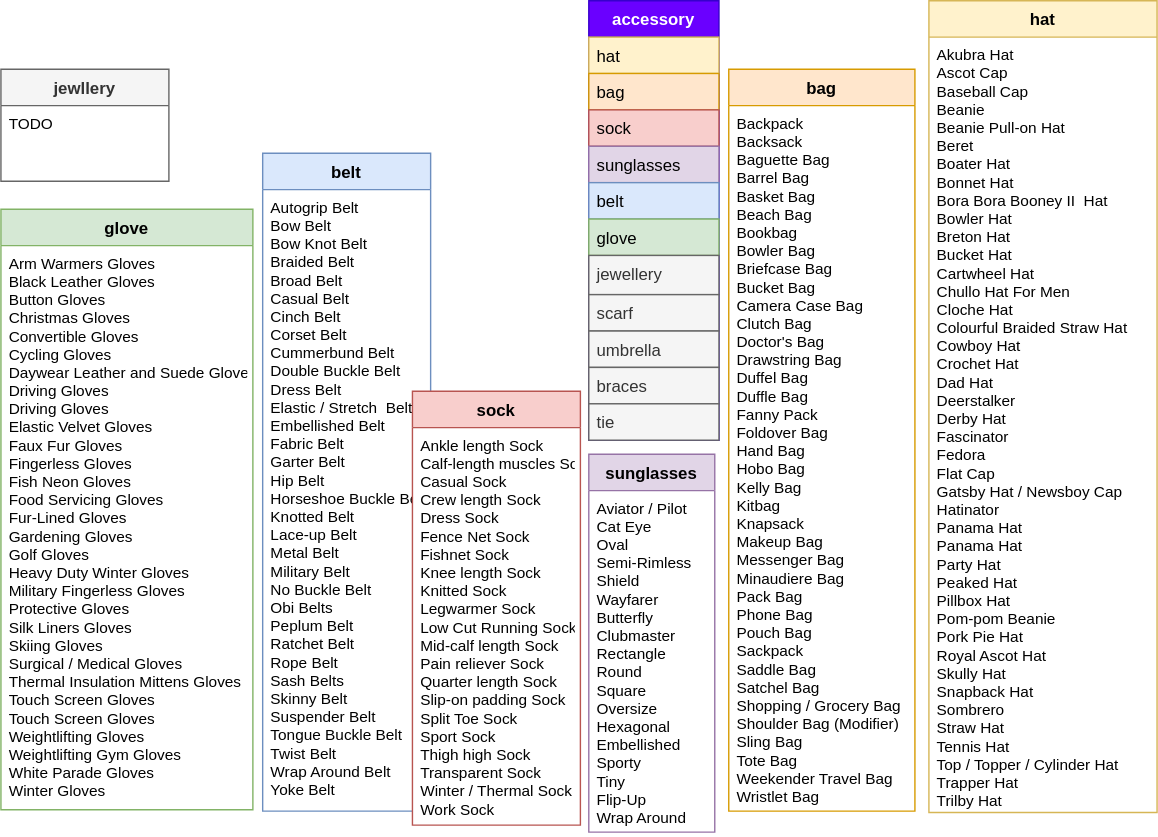
This is figures/accessory_class.svg from morawi/ddoif, a draw.io export, as it was before one commit. Source tidied: cells renumbered, new cells last; positions are measured from the earlier drawing's top-left corner, leaving out a move shared by most shapes. Its diagram source:
```xml
<mxGraphModel>
  <root>
    <mxCell id="0" />
    <mxCell id="1" parent="0" />
    <mxCell id="2" value="bag" style="swimlane;fontStyle=1;align=center;verticalAlign=top;horizontal=1;startSize=26;rounded=0;shadow=0;strokeWidth=1;swimlaneFillColor=#ffffff;fillColor=#ffe6cc;strokeColor=#d79b00;" parent="1" vertex="1">
      <mxGeometry x="520" y="49" width="133" height="530" as="geometry" />
    </mxCell>
    <mxCell id="3" value="Backpack&#10;Backsack&#10;Baguette Bag&#10;Barrel Bag&#10;Basket Bag&#10;Beach Bag&#10;Bookbag&#10;Bowler Bag&#10;Briefcase Bag&#10;Bucket Bag&#10;Camera Case Bag&#10;Clutch Bag&#10;Doctor's Bag&#10;Drawstring Bag&#10;Duffel Bag&#10;Duffle Bag&#10;Fanny Pack&#10;Foldover Bag&#10;Hand Bag&#10;Hobo Bag&#10;Kelly Bag&#10;Kitbag&#10;Knapsack&#10;Makeup Bag&#10;Messenger Bag&#10;Minaudiere Bag&#10;Pack Bag&#10;Phone Bag&#10;Pouch Bag&#10;Sackpack&#10;Saddle Bag&#10;Satchel Bag&#10;Shopping / Grocery Bag&#10;Shoulder Bag (Modifier)&#10;Sling Bag&#10;Tote Bag&#10;Weekender Travel Bag&#10;Wristlet Bag" style="text;align=left;verticalAlign=top;spacingLeft=4;spacingRight=4;overflow=hidden;fontSize=11;" parent="2" vertex="1">
      <mxGeometry y="26" width="133" height="504" as="geometry" />
    </mxCell>
    <mxCell id="4" value="glove" style="swimlane;fontStyle=1;align=center;verticalAlign=top;horizontal=1;startSize=26;rounded=0;shadow=0;strokeWidth=1;swimlaneFillColor=#ffffff;fillColor=#d5e8d4;strokeColor=#82b366;" parent="1" vertex="1">
      <mxGeometry y="149" width="180" height="429" as="geometry" />
    </mxCell>
    <mxCell id="5" value="Arm Warmers Gloves&#10;Black Leather Gloves&#10;Button Gloves&#10;Christmas Gloves&#10;Convertible Gloves&#10;Cycling Gloves&#10;Daywear Leather and Suede Gloves&#10;Driving Gloves&#10;Driving Gloves&#10;Elastic Velvet Gloves&#10;Faux Fur Gloves&#10;Fingerless Gloves&#10;Fish Neon Gloves&#10;Food Servicing Gloves&#10;Fur-Lined Gloves&#10;Gardening Gloves&#10;Golf Gloves&#10;Heavy Duty Winter Gloves&#10;Military Fingerless Gloves&#10;Protective Gloves&#10;Silk Liners Gloves&#10;Skiing Gloves&#10;Surgical / Medical Gloves&#10;Thermal Insulation Mittens Gloves&#10;Touch Screen Gloves&#10;Touch Screen Gloves&#10;Weightlifting Gloves&#10;Weightlifting Gym Gloves&#10;White Parade Gloves&#10;Winter Gloves" style="text;align=left;verticalAlign=top;spacingLeft=4;spacingRight=4;overflow=hidden;fontSize=11;" parent="4" vertex="1">
      <mxGeometry y="26" width="180" height="394" as="geometry" />
    </mxCell>
    <mxCell id="6" value="belt" style="swimlane;fontStyle=1;align=center;verticalAlign=top;horizontal=1;startSize=26;rounded=0;shadow=0;strokeWidth=1;swimlaneFillColor=#ffffff;fillColor=#dae8fc;strokeColor=#6c8ebf;" parent="1" vertex="1">
      <mxGeometry x="187" y="109" width="120" height="470" as="geometry" />
    </mxCell>
    <mxCell id="7" value="Autogrip Belt&#10;Bow Belt&#10;Bow Knot Belt&#10;Braided Belt&#10;Broad Belt&#10;Casual Belt&#10;Cinch Belt&#10;Corset Belt&#10;Cummerbund Belt&#10;Double Buckle Belt&#10;Dress Belt&#10;Elastic / Stretch  Belt&#10;Embellished Belt&#10;Fabric Belt&#10;Garter Belt&#10;Hip Belt&#10;Horseshoe Buckle Belt&#10;Knotted Belt&#10;Lace-up Belt&#10;Metal Belt&#10;Military Belt&#10;No Buckle Belt&#10;Obi Belts&#10;Peplum Belt&#10;Ratchet Belt&#10;Rope Belt&#10;Sash Belts&#10;Skinny Belt&#10;Suspender Belt&#10;Tongue Buckle Belt&#10;Twist Belt&#10;Wrap Around Belt&#10;Yoke Belt" style="text;align=left;verticalAlign=top;spacingLeft=4;spacingRight=4;overflow=hidden;fontSize=11;" parent="6" vertex="1">
      <mxGeometry y="26" width="120" height="444" as="geometry" />
    </mxCell>
    <mxCell id="8" value="jewllery" style="swimlane;fontStyle=1;align=center;verticalAlign=top;horizontal=1;startSize=26;rounded=0;shadow=0;strokeWidth=1;swimlaneFillColor=#ffffff;fillColor=#f5f5f5;strokeColor=#666666;fontColor=#333333;" parent="1" vertex="1">
      <mxGeometry y="49" width="120" height="80" as="geometry" />
    </mxCell>
    <mxCell id="9" value="TODO" style="text;align=left;verticalAlign=top;spacingLeft=4;spacingRight=4;overflow=hidden;fontSize=11;" parent="8" vertex="1">
      <mxGeometry y="26" width="120" height="54" as="geometry" />
    </mxCell>
    <mxCell id="10" value="hat" style="swimlane;fontStyle=1;align=center;verticalAlign=top;horizontal=1;startSize=26;rounded=0;shadow=0;strokeWidth=1;swimlaneFillColor=#ffffff;fillColor=#fff2cc;strokeColor=#d6b656;" parent="1" vertex="1">
      <mxGeometry x="663" width="163" height="580" as="geometry" />
    </mxCell>
    <mxCell id="11" value="Akubra Hat&#10;Ascot Cap&#10;Baseball Cap&#10;Beanie&#10;Beanie Pull-on Hat&#10;Beret&#10;Boater Hat&#10;Bonnet Hat&#10;Bora Bora Booney II  Hat&#10;Bowler Hat&#10;Breton Hat&#10;Bucket Hat&#10;Cartwheel Hat&#10;Chullo Hat For Men&#10;Cloche Hat&#10;Colourful Braided Straw Hat&#10;Cowboy Hat&#10;Crochet Hat&#10;Dad Hat&#10;Deerstalker&#10;Derby Hat&#10;Fascinator&#10;Fedora&#10;Flat Cap&#10;Gatsby Hat / Newsboy Cap&#10;Hatinator&#10;Panama Hat&#10;Panama Hat&#10;Party Hat&#10;Peaked Hat&#10;Pillbox Hat&#10;Pom-pom Beanie&#10;Pork Pie Hat&#10;Royal Ascot Hat&#10;Skully Hat&#10;Snapback Hat&#10;Sombrero&#10;Straw Hat&#10;Tennis Hat&#10;Top / Topper / Cylinder Hat&#10;Trapper Hat&#10;Trilby Hat" style="text;align=left;verticalAlign=top;spacingLeft=4;spacingRight=4;overflow=hidden;fontSize=11;" parent="10" vertex="1">
      <mxGeometry y="26" width="163" height="554" as="geometry" />
    </mxCell>
    <mxCell id="12" value="accessory" style="swimlane;fontStyle=1;align=center;verticalAlign=top;horizontal=1;startSize=26;rounded=0;shadow=0;strokeWidth=1;fillColor=#6a00ff;strokeColor=#3700CC;fontColor=#ffffff;" parent="1" vertex="1">
      <mxGeometry x="420" width="93" height="314" as="geometry" />
    </mxCell>
    <mxCell id="13" value="hat" style="text;align=left;verticalAlign=top;spacingLeft=4;spacingRight=4;overflow=hidden;rounded=0;shadow=0;html=0;fillColor=#fff2cc;strokeColor=#d6b656;" parent="12" vertex="1">
      <mxGeometry y="26" width="93" height="26" as="geometry" />
    </mxCell>
    <mxCell id="14" value="bag" style="text;align=left;verticalAlign=top;spacingLeft=4;spacingRight=4;overflow=hidden;fillColor=#ffe6cc;strokeColor=#d79b00;" parent="12" vertex="1">
      <mxGeometry y="52" width="93" height="26" as="geometry" />
    </mxCell>
    <mxCell id="15" value="sock" style="text;align=left;verticalAlign=top;spacingLeft=4;spacingRight=4;overflow=hidden;fillColor=#f8cecc;strokeColor=#b85450;" parent="12" vertex="1">
      <mxGeometry y="78" width="93" height="26" as="geometry" />
    </mxCell>
    <mxCell id="16" value="sunglasses" style="text;align=left;verticalAlign=top;spacingLeft=4;spacingRight=4;overflow=hidden;fillColor=#e1d5e7;strokeColor=#9673a6;" parent="12" vertex="1">
      <mxGeometry y="104" width="93" height="26" as="geometry" />
    </mxCell>
    <mxCell id="17" value="belt" style="text;align=left;verticalAlign=top;spacingLeft=4;spacingRight=4;overflow=hidden;fillColor=#dae8fc;strokeColor=#6c8ebf;" parent="12" vertex="1">
      <mxGeometry y="130" width="93" height="26" as="geometry" />
    </mxCell>
    <mxCell id="18" value="glove" style="text;align=left;verticalAlign=top;spacingLeft=4;spacingRight=4;overflow=hidden;fillColor=#d5e8d4;strokeColor=#82b366;" parent="12" vertex="1">
      <mxGeometry y="156" width="93" height="26" as="geometry" />
    </mxCell>
    <mxCell id="19" value="jewellery" style="text;align=left;verticalAlign=top;spacingLeft=4;spacingRight=4;overflow=hidden;fillColor=#f5f5f5;strokeColor=#666666;fontColor=#333333;" parent="12" vertex="1">
      <mxGeometry y="182" width="93" height="28" as="geometry" />
    </mxCell>
    <mxCell id="20" value="scarf" style="text;align=left;verticalAlign=top;spacingLeft=4;spacingRight=4;overflow=hidden;fillColor=#f5f5f5;strokeColor=#666666;fontColor=#333333;" parent="12" vertex="1">
      <mxGeometry y="210" width="93" height="26" as="geometry" />
    </mxCell>
    <mxCell id="21" value="umbrella" style="text;align=left;verticalAlign=top;spacingLeft=4;spacingRight=4;overflow=hidden;fillColor=#f5f5f5;strokeColor=#666666;fontColor=#333333;" parent="12" vertex="1">
      <mxGeometry y="236" width="93" height="26" as="geometry" />
    </mxCell>
    <mxCell id="22" value="braces" style="text;align=left;verticalAlign=top;spacingLeft=4;spacingRight=4;overflow=hidden;fillColor=#f5f5f5;strokeColor=#666666;fontColor=#333333;" parent="12" vertex="1">
      <mxGeometry y="262" width="93" height="26" as="geometry" />
    </mxCell>
    <mxCell id="23" value="tie" style="text;align=left;verticalAlign=top;spacingLeft=4;spacingRight=4;overflow=hidden;fillColor=#f5f5f5;strokeColor=#666666;fontColor=#333333;" parent="12" vertex="1">
      <mxGeometry y="288" width="93" height="26" as="geometry" />
    </mxCell>
    <mxCell id="24" value="sock" style="swimlane;fontStyle=1;align=center;verticalAlign=top;horizontal=1;startSize=26;rounded=0;shadow=0;strokeWidth=1;swimlaneFillColor=#ffffff;fillColor=#f8cecc;strokeColor=#b85450;" parent="1" vertex="1">
      <mxGeometry x="294" y="279" width="120" height="310" as="geometry" />
    </mxCell>
    <mxCell id="25" value="Ankle length Sock&#10;Calf-length muscles Sock&#10;Casual Sock&#10;Crew length Sock&#10;Dress Sock&#10;Fence Net Sock&#10;Fishnet Sock&#10;Knee length Sock&#10;Knitted Sock&#10;Legwarmer Sock&#10;Low Cut Running Sock&#10;Mid-calf length Sock&#10;Pain reliever Sock&#10;Quarter length Sock&#10;Slip-on padding Sock&#10;Split Toe Sock&#10;Sport Sock&#10;Thigh high Sock&#10;Transparent Sock&#10;Winter / Thermal Sock&#10;Work Sock" style="text;align=left;verticalAlign=top;spacingLeft=4;spacingRight=4;overflow=hidden;fontSize=11;" parent="24" vertex="1">
      <mxGeometry y="26" width="120" height="284" as="geometry" />
    </mxCell>
    <mxCell id="26" value="sunglasses" style="swimlane;fontStyle=1;align=center;verticalAlign=top;horizontal=1;startSize=26;rounded=0;shadow=0;strokeWidth=1;swimlaneFillColor=#ffffff;fillColor=#e1d5e7;strokeColor=#9673a6;" parent="1" vertex="1">
      <mxGeometry x="420" y="324" width="90" height="270" as="geometry" />
    </mxCell>
    <mxCell id="27" value="Aviator / Pilot&#10;Cat Eye&#10;Oval&#10;Semi-Rimless&#10;Shield&#10;Wayfarer&#10;Butterfly&#10;Clubmaster&#10;Rectangle&#10;Round&#10;Square&#10;Oversize&#10;Hexagonal&#10;Embellished&#10;Sporty&#10;Tiny&#10;Flip-Up&#10;Wrap Around" style="text;align=left;verticalAlign=top;spacingLeft=4;spacingRight=4;overflow=hidden;fontSize=11;" parent="26" vertex="1">
      <mxGeometry y="26" width="90" height="244" as="geometry" />
    </mxCell>
  </root>
</mxGraphModel>
```
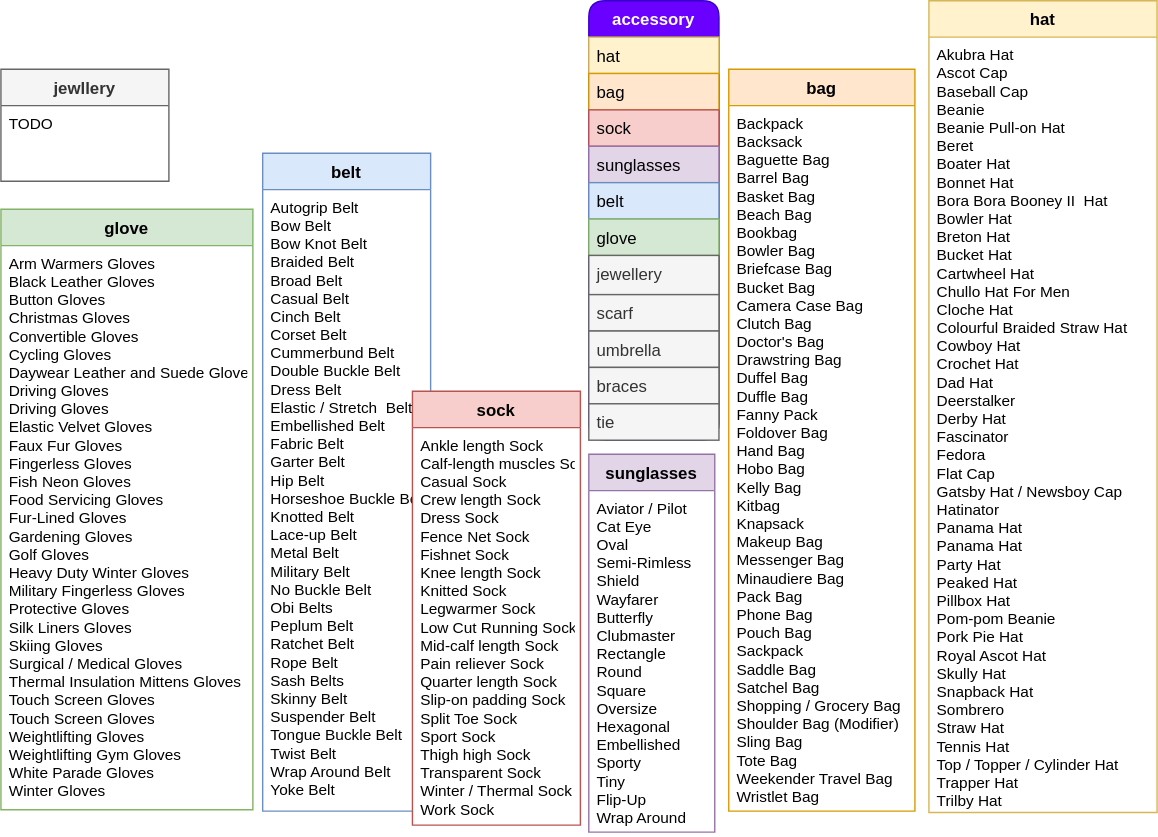
After the commit.

The edit, as a diff of the source:
```diff
@@ -32,7 +32,7 @@
     <mxCell id="11" value="Akubra Hat&#10;Ascot Cap&#10;Baseball Cap&#10;Beanie&#10;Beanie Pull-on Hat&#10;Beret&#10;Boater Hat&#10;Bonnet Hat&#10;Bora Bora Booney II  Hat&#10;Bowler Hat&#10;Breton Hat&#10;Bucket Hat&#10;Cartwheel Hat&#10;Chullo Hat For Men&#10;Cloche Hat&#10;Colourful Braided Straw Hat&#10;Cowboy Hat&#10;Crochet Hat&#10;Dad Hat&#10;Deerstalker&#10;Derby Hat&#10;Fascinator&#10;Fedora&#10;Flat Cap&#10;Gatsby Hat / Newsboy Cap&#10;Hatinator&#10;Panama Hat&#10;Panama Hat&#10;Party Hat&#10;Peaked Hat&#10;Pillbox Hat&#10;Pom-pom Beanie&#10;Pork Pie Hat&#10;Royal Ascot Hat&#10;Skully Hat&#10;Snapback Hat&#10;Sombrero&#10;Straw Hat&#10;Tennis Hat&#10;Top / Topper / Cylinder Hat&#10;Trapper Hat&#10;Trilby Hat" style="text;align=left;verticalAlign=top;spacingLeft=4;spacingRight=4;overflow=hidden;fontSize=11;" parent="10" vertex="1">
       <mxGeometry y="26" width="163" height="554" as="geometry" />
     </mxCell>
-    <mxCell id="12" value="accessory" style="swimlane;fontStyle=1;align=center;verticalAlign=top;horizontal=1;startSize=26;rounded=0;shadow=0;strokeWidth=1;fillColor=#6a00ff;strokeColor=#3700CC;fontColor=#ffffff;" parent="1" vertex="1">
+    <mxCell id="12" value="accessory" style="swimlane;fontStyle=1;align=center;verticalAlign=top;horizontal=1;startSize=26;rounded=1;shadow=0;strokeWidth=1;fillColor=#6a00ff;strokeColor=#3700CC;fontColor=#ffffff;" parent="1" vertex="1">
       <mxGeometry x="420" width="93" height="314" as="geometry" />
     </mxCell>
     <mxCell id="13" value="hat" style="text;align=left;verticalAlign=top;spacingLeft=4;spacingRight=4;overflow=hidden;rounded=0;shadow=0;html=0;fillColor=#fff2cc;strokeColor=#d6b656;" parent="12" vertex="1">
```
